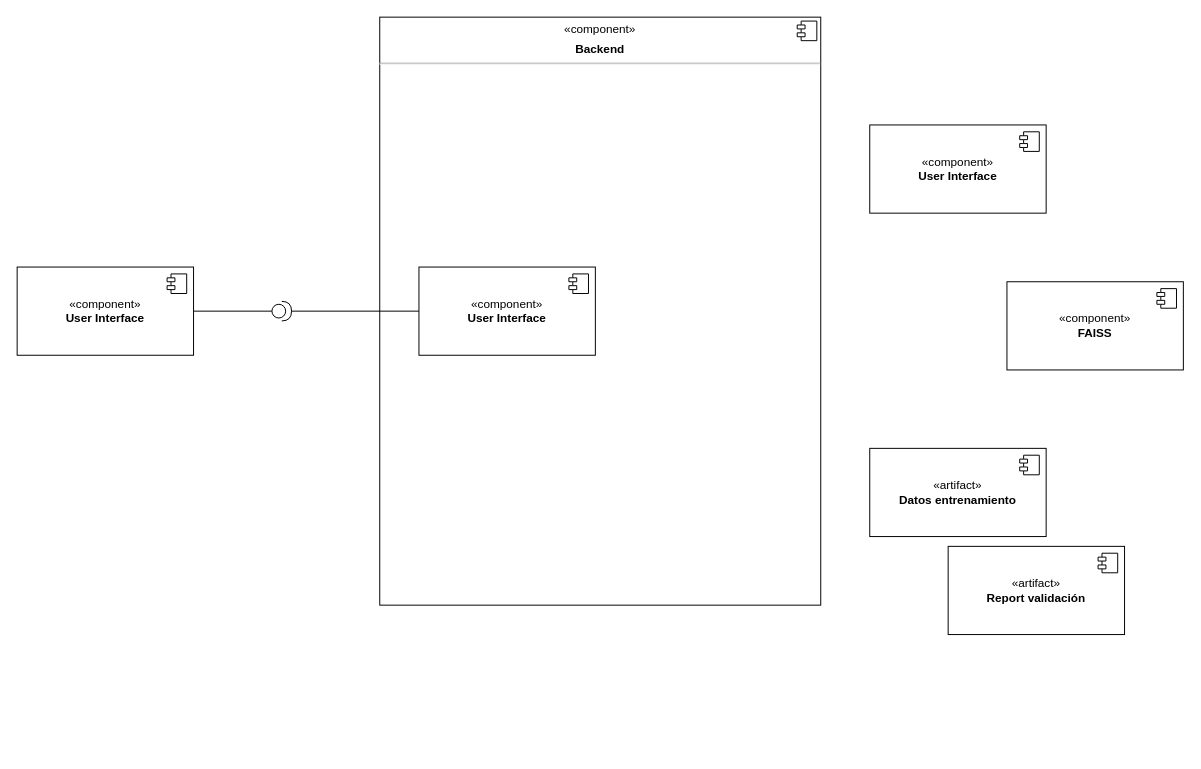
The draw.io diagram page "Page-6" (6 of 6) of project-docs/RAG_Architecture.drawio in jrg1013/chatbot, before the edit. Source tidied: cells renumbered, new cells numbered last; positions are measured from the earlier drawing's top-left corner, leaving out a move shared by most shapes. Both pictures are drawn from the tidied source at 98%, with x=0, y=0 at pixel (17, 17).
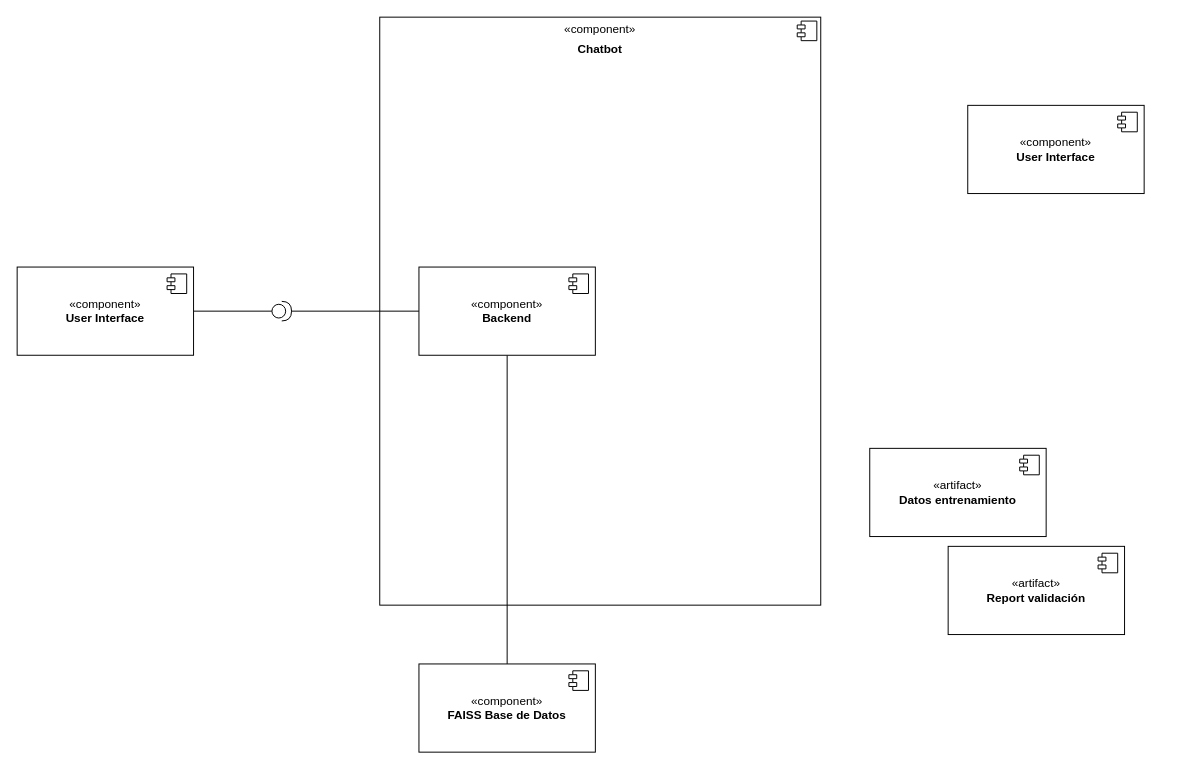
Above is the later version.

Change to the diagram source:
```diff
@@
-    <mxCell id="3" value="&lt;p style=&quot;margin:0px;margin-top:6px;text-align:center;&quot;&gt;«component»&lt;br style=&quot;border-color: var(--border-color);&quot;&gt;&lt;/p&gt;&lt;p style=&quot;margin:0px;margin-top:6px;text-align:center;&quot;&gt;&lt;b style=&quot;border-color: var(--border-color);&quot;&gt;Backend&lt;/b&gt;&lt;b&gt;&lt;br&gt;&lt;/b&gt;&lt;/p&gt;&lt;hr&gt;&lt;p style=&quot;margin:0px;margin-left:8px;&quot;&gt;&lt;br&gt;&lt;/p&gt;" style="align=left;overflow=fill;html=1;whiteSpace=wrap;" parent="1" vertex="1">
+    <mxCell id="3" value="&lt;p style=&quot;margin:0px;margin-top:6px;text-align:center;&quot;&gt;«component»&lt;br style=&quot;border-color: var(--border-color);&quot;&gt;&lt;/p&gt;&lt;p style=&quot;margin:0px;margin-top:6px;text-align:center;&quot;&gt;&lt;b&gt;Chatbot&lt;/b&gt;&lt;/p&gt;" style="align=left;overflow=fill;html=1;whiteSpace=wrap;" parent="1" vertex="1">
       <mxGeometry x="370" width="450" height="600" as="geometry" />
     </mxCell>
@@
+    <mxCell id="19" style="edgeStyle=orthogonalEdgeStyle;rounded=0;jettySize=auto;html=1;entryX=0.5;entryY=0;entryDx=0;entryDy=0;endArrow=none;endFill=0;" parent="1" edge="1" source="9" target="17">
+      <mxGeometry relative="1" as="geometry" />
+    </mxCell>
-    <mxCell id="9" value="«component»&lt;br&gt;&lt;b&gt;User Interface&lt;/b&gt;" style="html=1;whiteSpace=wrap;" parent="1" vertex="1">
+    <mxCell id="9" value="«component»&lt;br&gt;&lt;b&gt;Backend&lt;/b&gt;" style="html=1;whiteSpace=wrap;" parent="1" vertex="1">
       <mxGeometry x="410" y="255" width="180" height="90" as="geometry" />
     </mxCell>
@@
     <mxCell id="11" value="«component»&lt;br&gt;&lt;b&gt;User Interface&lt;/b&gt;" style="html=1;whiteSpace=wrap;" parent="1" vertex="1">
-      <mxGeometry x="870" y="110" width="180" height="90" as="geometry" />
+      <mxGeometry x="970" y="90" width="180" height="90" as="geometry" />
     </mxCell>
@@
-    <mxCell id="17" value="«component»&lt;br&gt;&lt;b&gt;FAISS&lt;/b&gt;" style="html=1;whiteSpace=wrap;" parent="1" vertex="1">
-      <mxGeometry x="1010" y="270" width="180" height="90" as="geometry" />
+    <mxCell id="17" value="«component»&lt;br&gt;&lt;b&gt;FAISS Base de Datos&lt;/b&gt;" style="html=1;whiteSpace=wrap;" parent="1" vertex="1">
+      <mxGeometry x="410" y="660" width="180" height="90" as="geometry" />
     </mxCell>
```
